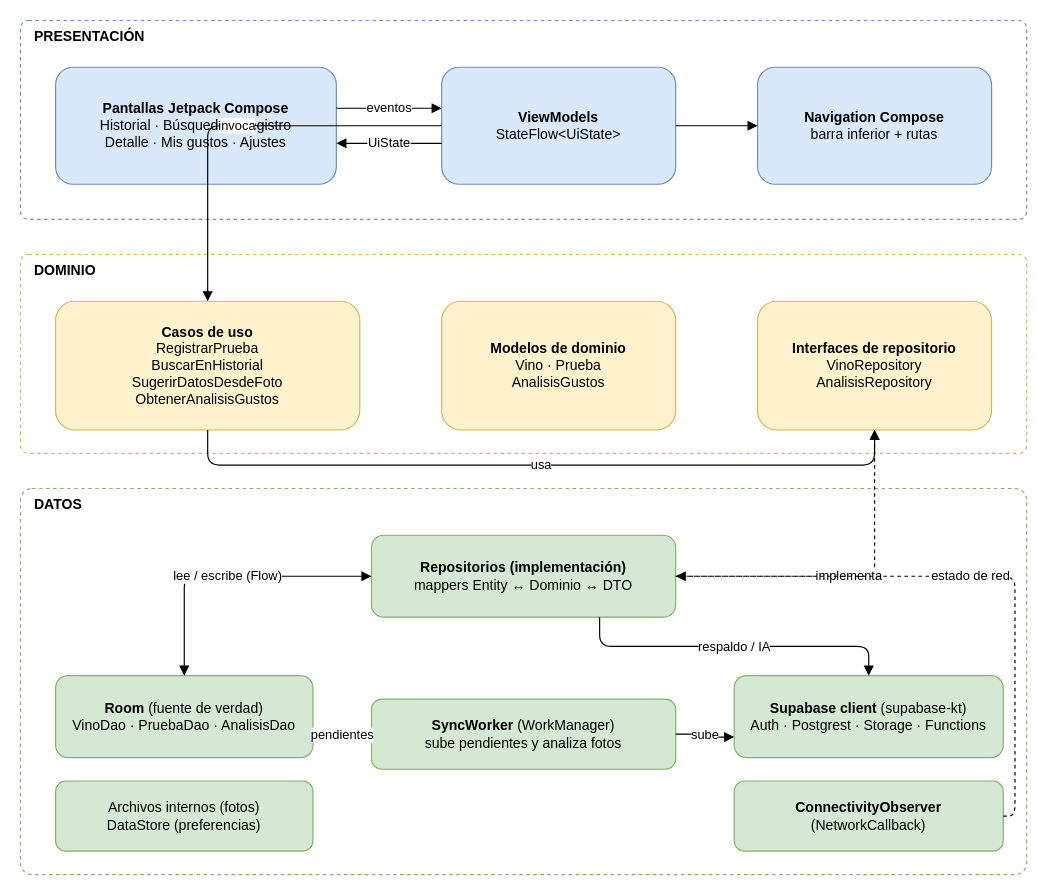
This is page "Arquitectura en capas" (2 of 5) of docs/diagramas/sorbo.drawio from alejogarciabosio/sorbo-app, a draw.io file, before an edit. Source tidied: cells renumbered, new cells numbered last; positions are measured from the earlier drawing's top-left corner, leaving out a move shared by most shapes. Both pictures are drawn from the tidied source at 117%, with x=0, y=0 at pixel (20, 20).
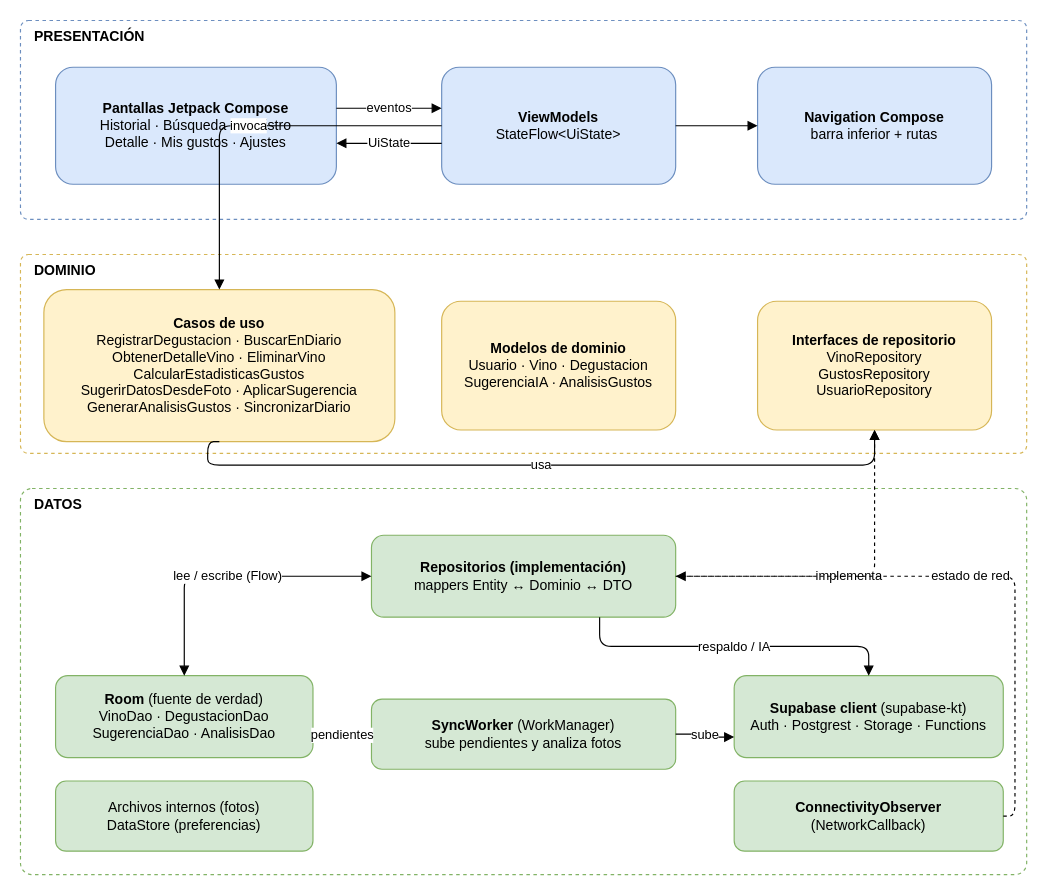
The same diagram, later.

Commit message (it also covers changes not shown here):
docs: modelo de datos con usuario, degustación y sugerencia de IA

Diff of the diagram source:
```diff
@@
-    <mxCell id="8" value="&lt;b&gt;Casos de uso&lt;/b&gt;&lt;br&gt;RegistrarPrueba&lt;br&gt;BuscarEnHistorial&lt;br&gt;SugerirDatosDesdeFoto&lt;br&gt;ObtenerAnalisisGustos" style="rounded=1;whiteSpace=wrap;html=1;fillColor=#fff2cc;strokeColor=#d6b656;" parent="1" vertex="1">
-      <mxGeometry x="30" y="240" width="260" height="110" as="geometry" />
+    <mxCell id="8" value="&lt;b&gt;Casos de uso&lt;/b&gt;&lt;br&gt;RegistrarDegustacion · BuscarEnDiario&lt;br&gt;ObtenerDetalleVino · EliminarVino&lt;br&gt;CalcularEstadisticasGustos&lt;br&gt;SugerirDatosDesdeFoto · AplicarSugerencia&lt;br&gt;GenerarAnalisisGustos · SincronizarDiario" style="rounded=1;whiteSpace=wrap;html=1;fillColor=#fff2cc;strokeColor=#d6b656;" parent="1" vertex="1">
+      <mxGeometry x="20" y="230" width="300" height="130" as="geometry" />
     </mxCell>
-    <mxCell id="9" value="&lt;b&gt;Modelos de dominio&lt;/b&gt;&lt;br&gt;Vino · Prueba&lt;br&gt;AnalisisGustos" style="rounded=1;whiteSpace=wrap;html=1;fillColor=#fff2cc;strokeColor=#d6b656;" parent="1" vertex="1">
+    <mxCell id="9" value="&lt;b&gt;Modelos de dominio&lt;/b&gt;&lt;br&gt;Usuario · Vino · Degustacion&lt;br&gt;SugerenciaIA · AnalisisGustos" style="rounded=1;whiteSpace=wrap;html=1;fillColor=#fff2cc;strokeColor=#d6b656;" parent="1" vertex="1">
       <mxGeometry x="360" y="240" width="200" height="110" as="geometry" />
     </mxCell>
-    <mxCell id="10" value="&lt;b&gt;Interfaces de repositorio&lt;/b&gt;&lt;br&gt;VinoRepository&lt;br&gt;AnalisisRepository" style="rounded=1;whiteSpace=wrap;html=1;fillColor=#fff2cc;strokeColor=#d6b656;" parent="1" vertex="1">
+    <mxCell id="10" value="&lt;b&gt;Interfaces de repositorio&lt;/b&gt;&lt;br&gt;VinoRepository&lt;br&gt;GustosRepository&lt;br&gt;UsuarioRepository" style="rounded=1;whiteSpace=wrap;html=1;fillColor=#fff2cc;strokeColor=#d6b656;" parent="1" vertex="1">
       <mxGeometry x="630" y="240" width="200" height="110" as="geometry" />
     </mxCell>
@@
-    <mxCell id="12" value="&lt;b&gt;Room&lt;/b&gt; (fuente de verdad)&lt;br&gt;VinoDao · PruebaDao · AnalisisDao" style="rounded=1;whiteSpace=wrap;html=1;fillColor=#d5e8d4;strokeColor=#82b366;" parent="1" vertex="1">
+    <mxCell id="12" value="&lt;b&gt;Room&lt;/b&gt; (fuente de verdad)&lt;br&gt;VinoDao · DegustacionDao&lt;br&gt;SugerenciaDao · AnalisisDao" style="rounded=1;whiteSpace=wrap;html=1;fillColor=#d5e8d4;strokeColor=#82b366;" parent="1" vertex="1">
       <mxGeometry x="30" y="560" width="220" height="70" as="geometry" />
     </mxCell>
```
